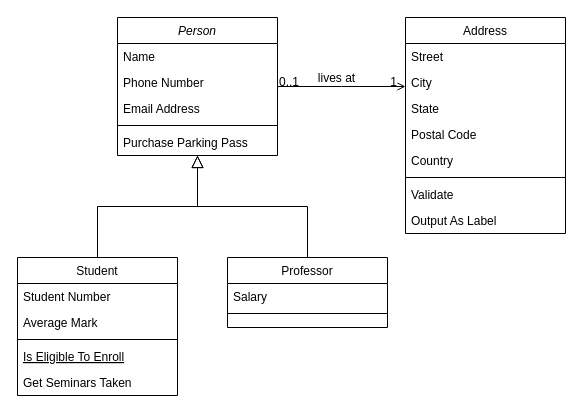
Above: page "Page-1" (1 of 2) of Untitled Diagram.drawio in Bjastkuliar/SoftwareEngineeringProject2 (draw.io), before the change. Source tidied: cells renumbered, new cells numbered last; positions are measured from the earlier drawing's top-left corner, leaving out a move shared by most shapes. Both pictures are drawn from the tidied source at 100%, with x=0, y=0 at pixel (17, 17).
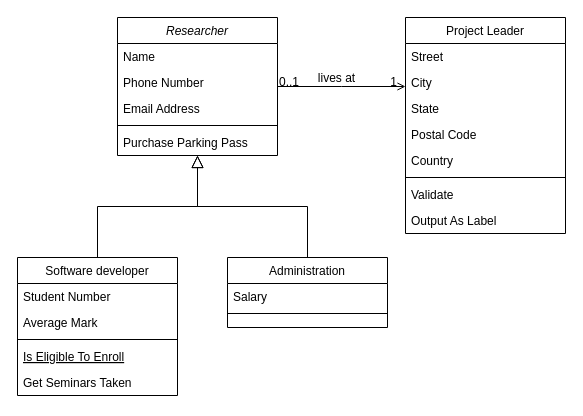
The same diagram, later.

Commit message:
abstract class diagram

Diff of the diagram source:
```diff
@@
-    <mxCell id="2" value="Person" style="swimlane;fontStyle=2;align=center;verticalAlign=top;horizontal=1;startSize=26;rounded=0;shadow=0;strokeWidth=1;" parent="1" vertex="1">
+    <mxCell id="2" value="Researcher" style="swimlane;fontStyle=2;align=center;verticalAlign=top;horizontal=1;startSize=26;rounded=0;shadow=0;strokeWidth=1;" parent="1" vertex="1">
       <mxGeometry x="100" width="160" height="138" as="geometry" />
     </mxCell>
@@
-    <mxCell id="8" value="Student" style="swimlane;fontStyle=0;align=center;verticalAlign=top;horizontal=1;startSize=26;rounded=0;shadow=0;strokeWidth=1;" parent="1" vertex="1">
+    <mxCell id="8" value="Software developer" style="swimlane;fontStyle=0;align=center;verticalAlign=top;horizontal=1;startSize=26;rounded=0;shadow=0;strokeWidth=1;" parent="1" vertex="1">
       <mxGeometry y="240" width="160" height="138" as="geometry" />
     </mxCell>
@@
-    <mxCell id="15" value="Professor" style="swimlane;fontStyle=0;align=center;verticalAlign=top;horizontal=1;startSize=26;rounded=0;shadow=0;strokeWidth=1;" parent="1" vertex="1">
+    <mxCell id="15" value="Administration" style="swimlane;fontStyle=0;align=center;verticalAlign=top;horizontal=1;startSize=26;rounded=0;shadow=0;strokeWidth=1;" parent="1" vertex="1">
       <mxGeometry x="210" y="240" width="160" height="70" as="geometry" />
     </mxCell>
@@
-    <mxCell id="19" value="Address" style="swimlane;fontStyle=0;align=center;verticalAlign=top;horizontal=1;startSize=26;rounded=0;shadow=0;strokeWidth=1;" parent="1" vertex="1">
+    <mxCell id="19" value="Project Leader" style="swimlane;fontStyle=0;align=center;verticalAlign=top;horizontal=1;startSize=26;rounded=0;shadow=0;strokeWidth=1;" parent="1" vertex="1">
       <mxGeometry x="388" width="160" height="216" as="geometry" />
     </mxCell>
```
